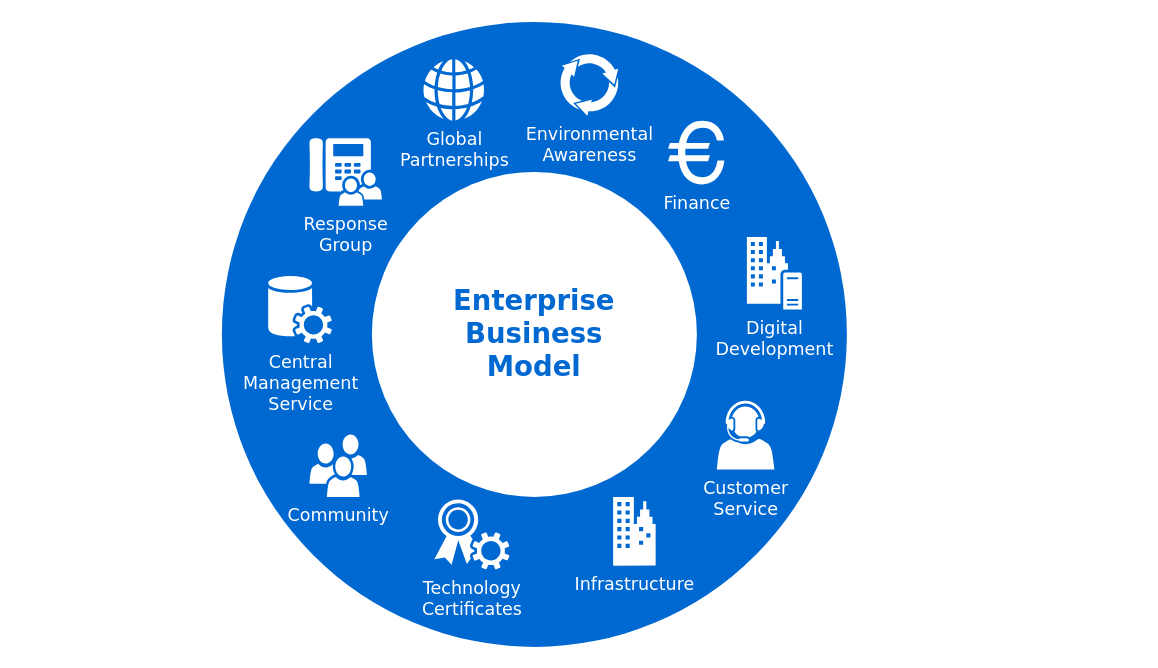
Earlier version of the draw.io diagram Untitled Diagram.drawio (HarrydeBont/hello-world). Source tidied: cells renumbered, new cells numbered last; positions are measured from the earlier drawing's top-left corner, leaving out a move shared by most shapes. Both pictures are drawn from the tidied source at 125%, with x=0, y=0 at pixel (221, 21). Pictures stored in the file or linked from it are replaced by grey dashed boxes.
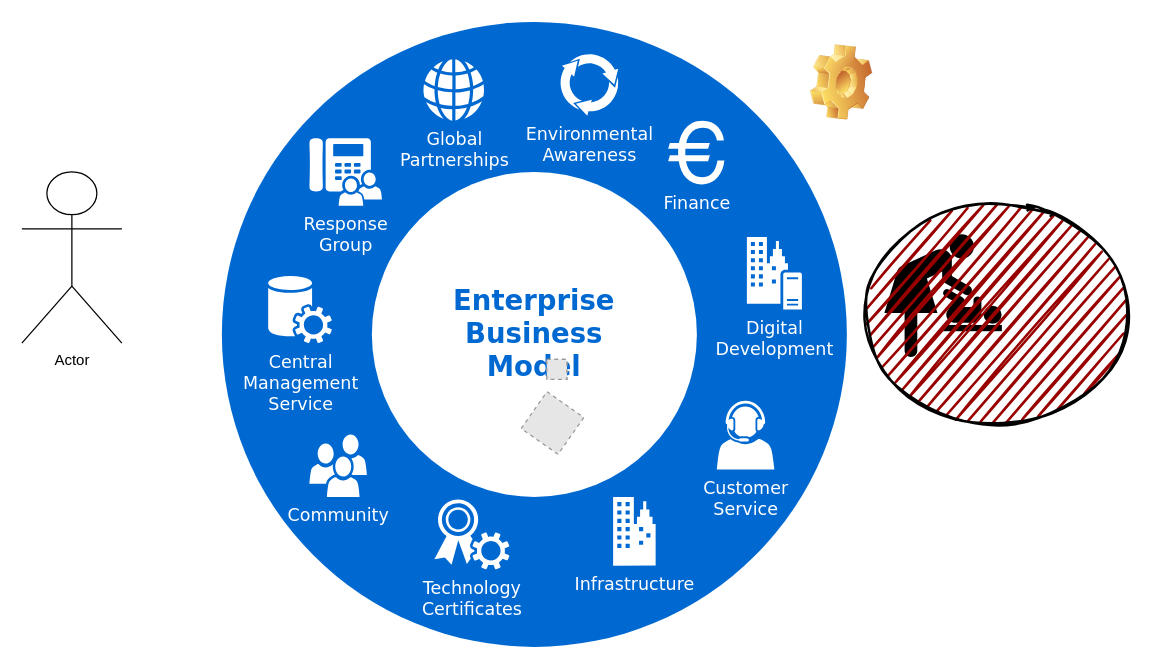
The same page after the edit.

Commit message:
Lucid chart example

The edit, as a diff of the source:
```diff
@@
+    <mxCell id="14" value="Actor" style="shape=umlActor;verticalLabelPosition=bottom;verticalAlign=top;html=1;" parent="1" vertex="1">
+      <mxGeometry x="-160" y="120" width="80" height="137" as="geometry" />
+    </mxCell>
+    <mxCell id="15" style="shape=mxgraph.signs.people.changing_station;html=1;fillColor=#000000;strokeColor=none;verticalLabelPosition=bottom;verticalAlign=top;align=center;" parent="1" vertex="1">
+      <mxGeometry x="530" y="170" width="94" height="98" as="geometry" />
+    </mxCell>
+    <mxCell id="16" style="fillColor=#E6E6E6;strokeColor=#999999;dashed=1;html=1;verticalAlign=top;verticalLabelPosition=bottom;labelBackgroundColor=#ffffff;" parent="1" vertex="1">
+      <mxGeometry x="260" y="270" width="16" height="16" as="geometry" />
+    </mxCell>
+    <mxCell id="17" style="fillColor=#E6E6E6;strokeColor=#999999;dashed=1;html=1;verticalAlign=top;verticalLabelPosition=bottom;labelBackgroundColor=#ffffff;" parent="1" vertex="1">
+      <mxGeometry x="260" y="270" width="16" height="16" as="geometry" />
+    </mxCell>
+    <mxCell id="18" style="fillColor=#E6E6E6;strokeColor=#999999;dashed=1;html=1;verticalAlign=top;verticalLabelPosition=bottom;labelBackgroundColor=#ffffff;rotation=35;" parent="1" vertex="1">
+      <mxGeometry x="246.5" y="302.9" width="36" height="36" as="geometry" />
+    </mxCell>
+    <mxCell id="19" style="ellipse;whiteSpace=wrap;html=1;strokeWidth=2;fillWeight=2;hachureGap=8;fillColor=#990000;fillStyle=dots;sketch=1;" parent="1" vertex="1">
+      <mxGeometry x="510" y="147" width="220" height="173" as="geometry" />
+    </mxCell>
+    <mxCell id="20" style="shape=image;html=1;verticalLabelPosition=bottom;verticalAlign=top;imageAspect=1;image=img/clipart/Gear_128x128.png;rotation=-15;" parent="1" vertex="1">
+      <mxGeometry x="470" y="18" width="52" height="61" as="geometry" />
+    </mxCell>
```
